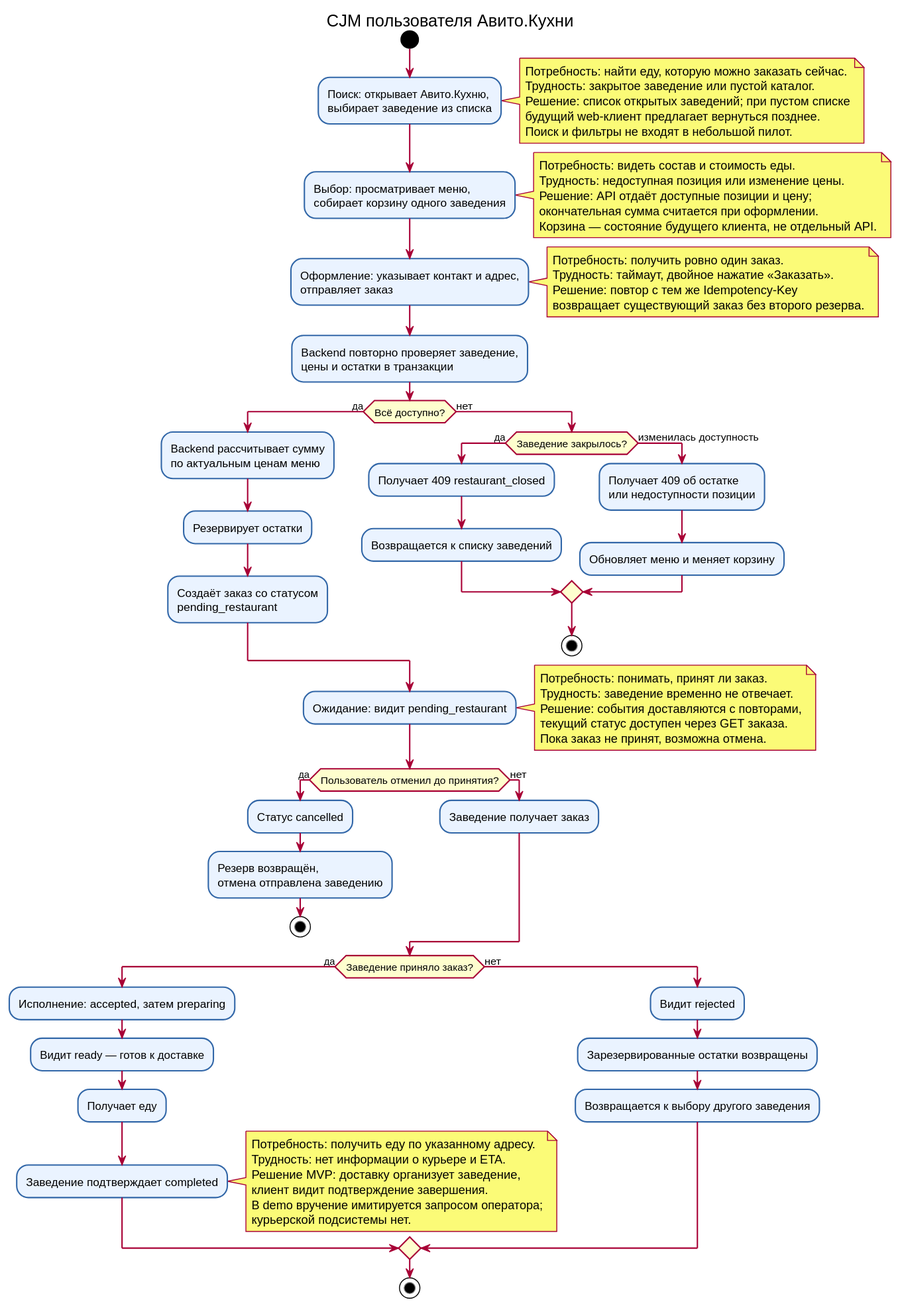
This is docs/rendered/cjm-user.svg from l3ssthanthree/food-order-service, a PlantUML export, as it was before one commit. The source it was exported from:
```plantuml
@startuml
title CJM пользователя Авито.Кухни
skinparam shadowing false
skinparam activity {
  BackgroundColor #EAF3FF
  BorderColor #3267A8
}

start
:Поиск: открывает Авито.Кухню,
выбирает заведение из списка;
note right
  Потребность: найти еду, которую можно заказать сейчас.
  Трудность: закрытое заведение или пустой каталог.
  Решение: список открытых заведений; при пустом списке
  будущий web-клиент предлагает вернуться позднее.
  Поиск и фильтры не входят в небольшой пилот.
end note

:Выбор: просматривает меню,
собирает корзину одного заведения;
note right
  Потребность: видеть состав и стоимость еды.
  Трудность: недоступная позиция или изменение цены.
  Решение: API отдаёт доступные позиции и цену;
  окончательная сумма считается при оформлении.
  Корзина — состояние будущего клиента, не отдельный API.
end note

:Оформление: указывает контакт и адрес,
отправляет заказ;
note right
  Потребность: получить ровно один заказ.
  Трудность: таймаут, двойное нажатие «Заказать».
  Решение: повтор с тем же Idempotency-Key
  возвращает существующий заказ без второго резерва.
end note

:Backend повторно проверяет заведение,
цены и остатки в транзакции;
if (Всё доступно?) then (да)
  :Backend рассчитывает сумму
  по актуальным ценам меню;
  :Резервирует остатки;
  :Создаёт заказ со статусом
  pending_restaurant;
else (нет)
  if (Заведение закрылось?) then (да)
    :Получает 409 restaurant_closed;
    :Возвращается к списку заведений;
  else (изменилась доступность)
    :Получает 409 об остатке
    или недоступности позиции;
    :Обновляет меню и меняет корзину;
  endif
  stop
endif

:Ожидание: видит pending_restaurant;
note right
  Потребность: понимать, принят ли заказ.
  Трудность: заведение временно не отвечает.
  Решение: события доставляются с повторами,
  текущий статус доступен через GET заказа.
  Пока заказ не принят, возможна отмена.
end note

if (Пользователь отменил до принятия?) then (да)
  :Статус cancelled;
  :Резерв возвращён,
  отмена отправлена заведению;
  stop
else (нет)
  :Заведение получает заказ;
endif

if (Заведение приняло заказ?) then (да)
  :Исполнение: accepted, затем preparing;
  :Видит ready — готов к доставке;
  :Получает еду;
  :Заведение подтверждает completed;
  note right
    Потребность: получить еду по указанному адресу.
    Трудность: нет информации о курьере и ETA.
    Решение MVP: доставку организует заведение,
    клиент видит подтверждение завершения.
    В demo вручение имитируется запросом оператора;
    курьерской подсистемы нет.
  end note
else (нет)
  :Видит rejected;
  :Зарезервированные остатки возвращены;
  :Возвращается к выбору другого заведения;
endif
stop
@enduml
```
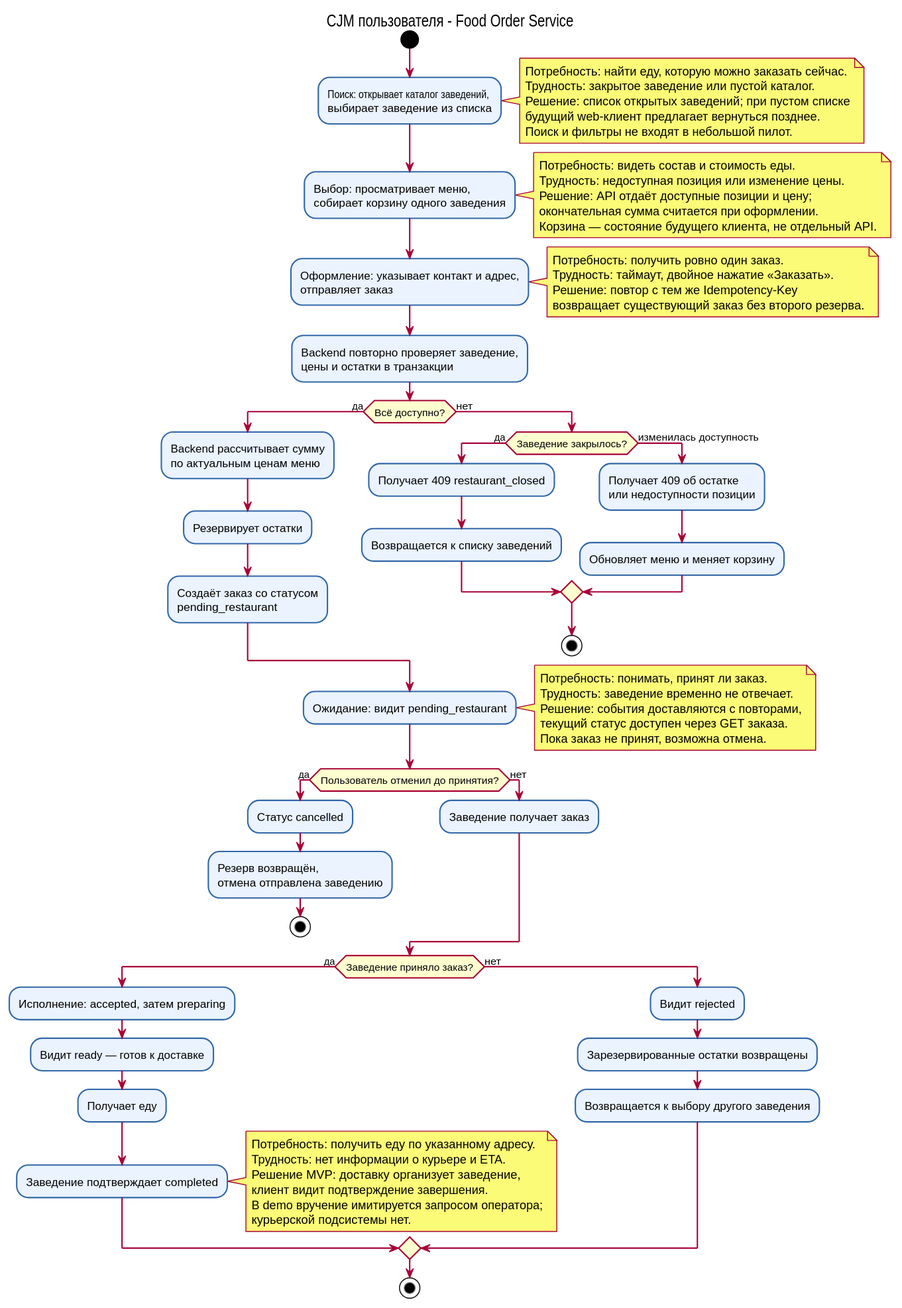
The same file after the commit.

Commit message:
docs: present Food Order Service for backend portfolio

What changed in the source:
```diff
@@ -1,5 +1,5 @@
 @startuml
-title CJM пользователя Авито.Кухни
+title CJM пользователя - Food Order Service
 skinparam shadowing false
 skinparam activity {
   BackgroundColor #EAF3FF
@@ -7,7 +7,7 @@
 }
 
 start
-:Поиск: открывает Авито.Кухню,
+:Поиск: открывает каталог заведений,
 выбирает заведение из списка;
 note right
   Потребность: найти еду, которую можно заказать сейчас.
```
